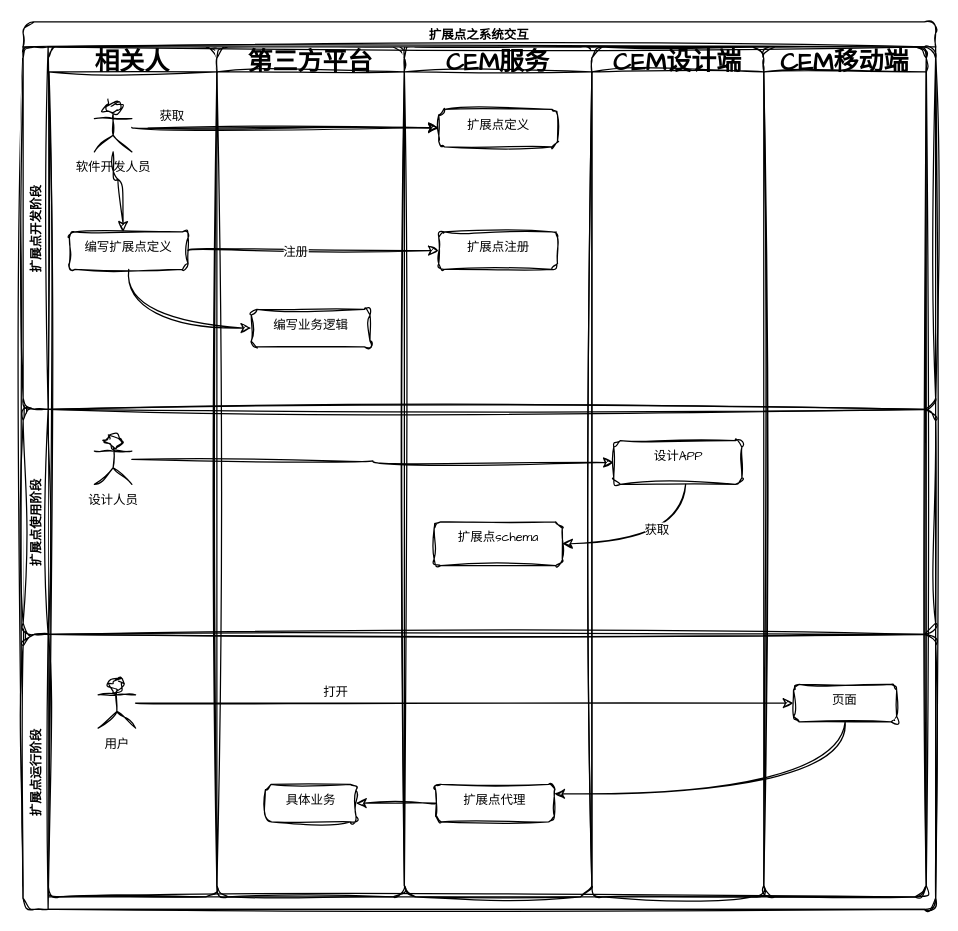
Earlier version of the draw.io diagram image/扩展点系统交互图.drawio (xk11961677/other). Source tidied: cells renumbered, new cells numbered last; positions are measured from the earlier drawing's top-left corner, leaving out a move shared by most shapes. Both pictures are drawn from the tidied source at 125%, with x=0, y=0 at pixel (22, 21).
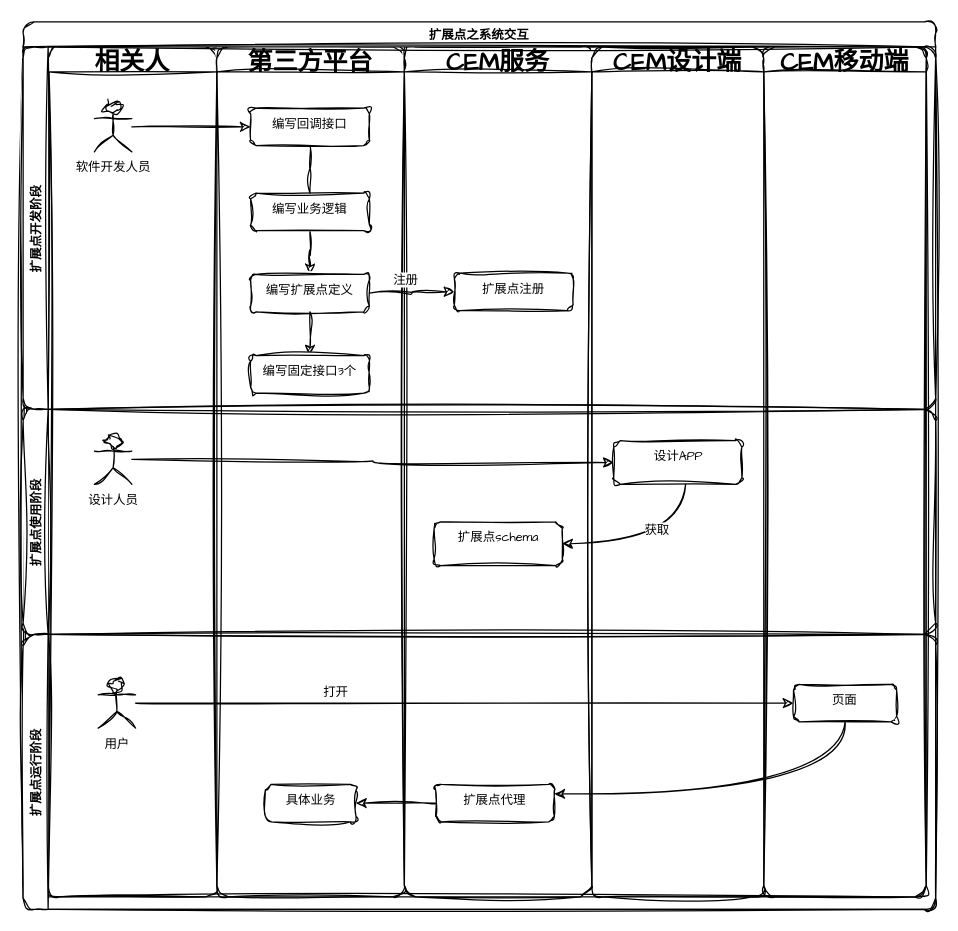
Above is the later version.

Commit message:
更新扩展点系统交互图.drawio

Unchanged cells that the change refers to:
```xml
<mxCell id="2" value="Pool" style="swimlane;startSize=20;horizontal=0;rounded=1;sketch=1;hachureGap=4;jiggle=2;fontFamily=Architects Daughter;fontSize=20;gradientColor=none;" parent="1" vertex="1">
  <mxGeometry y="20" width="722.5" height="680" as="geometry" />
</mxCell>
<mxCell id="3" value="相关人" style="swimlane;startSize=20;rounded=1;sketch=1;hachureGap=4;jiggle=2;fontFamily=Architects Daughter;fontSize=20;" parent="2" vertex="1">
  <mxGeometry x="20" width="135" height="680" as="geometry" />
</mxCell>
<mxCell id="4" value="&lt;div style=&quot;&quot;&gt;&lt;span style=&quot;background-color: initial;&quot;&gt;软件开发人员&lt;/span&gt;&lt;/div&gt;" style="shape=umlActor;verticalLabelPosition=bottom;verticalAlign=top;html=1;rounded=1;sketch=1;hachureGap=4;jiggle=2;fontFamily=Architects Daughter;fontSize=10;gradientColor=none;align=center;" parent="3" vertex="1">
  <mxGeometry x="37" y="44" width="30" height="40" as="geometry" />
</mxCell>
<mxCell id="9" value="第三方平台" style="swimlane;startSize=20;rounded=1;sketch=1;hachureGap=4;jiggle=2;fontFamily=Architects Daughter;fontSize=20;" parent="2" vertex="1">
  <mxGeometry x="155" width="150" height="680" as="geometry" />
</mxCell>
<mxCell id="13" value="CEM服务" style="swimlane;startSize=20;rounded=1;sketch=1;hachureGap=4;jiggle=2;fontFamily=Architects Daughter;fontSize=20;" parent="2" vertex="1">
  <mxGeometry x="305" width="150" height="680" as="geometry" />
</mxCell>
<mxCell id="29" style="edgeStyle=orthogonalEdgeStyle;curved=1;rounded=1;sketch=1;hachureGap=4;jiggle=2;jettySize=auto;html=1;fontFamily=Architects Daughter;fontSize=10;fontColor=none;" parent="2" edge="1" source="8" target="21">
  <mxGeometry relative="1" as="geometry" />
</mxCell>
<mxCell id="33" style="edgeStyle=orthogonalEdgeStyle;curved=1;rounded=1;sketch=1;hachureGap=4;jiggle=2;jettySize=auto;html=1;fontFamily=Architects Daughter;fontSize=10;fontColor=none;entryX=1;entryY=0.5;entryDx=0;entryDy=0;" parent="2" edge="1" source="19" target="17">
  <mxGeometry relative="1" as="geometry">
    <Array as="points">
      <mxPoint x="530" y="398" />
    </Array>
  </mxGeometry>
</mxCell>
<mxCell id="36" value="扩展点开发阶段" style="swimlane;startSize=20;horizontal=0;rounded=1;sketch=1;hachureGap=4;jiggle=2;fontFamily=Architects Daughter;fontSize=10;fontColor=none;gradientColor=none;" parent="35" vertex="1">
  <mxGeometry y="20" width="730" height="290" as="geometry" />
</mxCell>
```

Diff of the diagram source:
```diff
@@
-    <mxCell id="5" value="编写扩展点定义" style="whiteSpace=wrap;html=1;fontSize=10;fontFamily=Architects Daughter;verticalAlign=top;strokeWidth=1;rounded=1;sketch=1;hachureGap=4;jiggle=2;gradientColor=none;" parent="3" vertex="1">
-      <mxGeometry x="17" y="148" width="95" height="30" as="geometry" />
-    </mxCell>
@@
-    <mxCell id="7" style="edgeStyle=orthogonalEdgeStyle;curved=1;rounded=1;sketch=1;hachureGap=4;jiggle=2;jettySize=auto;html=1;fontFamily=Architects Daughter;fontSize=10;" parent="3" edge="1" source="4" target="5">
-      <mxGeometry relative="1" as="geometry">
-        <Array as="points">
-          <mxPoint x="52" y="106" />
-          <mxPoint x="60" y="106" />
-        </Array>
-      </mxGeometry>
-    </mxCell>
@@
-    <mxCell id="11" value="编写业务逻辑" style="whiteSpace=wrap;html=1;fontSize=10;fontFamily=Architects Daughter;verticalAlign=top;strokeWidth=1;rounded=1;sketch=1;hachureGap=4;jiggle=2;gradientColor=none;" parent="9" vertex="1">
-      <mxGeometry x="27.5" y="210" width="95" height="30" as="geometry" />
-    </mxCell>
@@
-    <mxCell id="14" value="扩展点定义" style="whiteSpace=wrap;html=1;fontSize=10;fontFamily=Architects Daughter;verticalAlign=top;strokeWidth=1;rounded=1;sketch=1;hachureGap=4;jiggle=2;gradientColor=none;" parent="13" vertex="1">
-      <mxGeometry x="27.5" y="50" width="95" height="30" as="geometry" />
-    </mxCell>
-    <mxCell id="15" value="扩展点注册" style="whiteSpace=wrap;html=1;fontSize=10;fontFamily=Architects Daughter;verticalAlign=top;strokeWidth=1;rounded=1;sketch=1;hachureGap=4;jiggle=2;gradientColor=none;" parent="13" vertex="1">
-      <mxGeometry x="27.5" y="148" width="95" height="30" as="geometry" />
-    </mxCell>
@@
-    <mxCell id="22" style="edgeStyle=orthogonalEdgeStyle;curved=1;rounded=1;sketch=1;hachureGap=4;jiggle=2;jettySize=auto;html=1;fontFamily=Architects Daughter;fontSize=10;" parent="2" edge="1" target="14">
-      <mxGeometry relative="1" as="geometry">
-        <mxPoint x="87" y="64.5" as="sourcePoint" />
-      </mxGeometry>
-    </mxCell>
-    <mxCell id="23" style="edgeStyle=orthogonalEdgeStyle;curved=1;rounded=1;sketch=1;hachureGap=4;jiggle=2;jettySize=auto;html=1;fontFamily=Architects Daughter;fontSize=10;" parent="2" edge="1" target="14">
-      <mxGeometry relative="1" as="geometry">
-        <mxPoint x="100" y="65" as="sourcePoint" />
-      </mxGeometry>
-    </mxCell>
-    <mxCell id="24" value="获取" style="edgeLabel;html=1;align=center;verticalAlign=middle;fontSize=10;fontFamily=Architects Daughter;" parent="23" vertex="1">
-      <mxGeometry x="-0.43" y="-1" relative="1" as="geometry">
-        <mxPoint x="-47" y="-12" as="offset" />
-      </mxGeometry>
-    </mxCell>
-    <mxCell id="25" style="edgeStyle=orthogonalEdgeStyle;curved=1;rounded=1;sketch=1;hachureGap=4;jiggle=2;jettySize=auto;html=1;fontFamily=Architects Daughter;fontSize=10;" parent="2" edge="1" source="5" target="15">
-      <mxGeometry relative="1" as="geometry" />
-    </mxCell>
-    <mxCell id="26" value="注册" style="edgeLabel;html=1;align=center;verticalAlign=middle;fontSize=10;fontFamily=Architects Daughter;" parent="25" vertex="1">
-      <mxGeometry x="0.29" y="-1" relative="1" as="geometry">
-        <mxPoint x="-44" y="-1" as="offset" />
-      </mxGeometry>
-    </mxCell>
@@
-    <mxCell id="28" style="edgeStyle=orthogonalEdgeStyle;curved=1;rounded=1;sketch=1;hachureGap=4;jiggle=2;jettySize=auto;html=1;exitX=0.5;exitY=1;exitDx=0;exitDy=0;fontFamily=Architects Daughter;fontSize=10;entryX=0;entryY=0.5;entryDx=0;entryDy=0;" parent="2" edge="1" source="5" target="11">
-      <mxGeometry relative="1" as="geometry">
-        <Array as="points">
-          <mxPoint x="85" y="225" />
-        </Array>
-      </mxGeometry>
-    </mxCell>
@@
-    <mxCell id="30" value="打开" style="edgeLabel;html=1;align=center;verticalAlign=middle;fontSize=10;fontFamily=Architects Daughter;fontColor=none;" parent="29" vertex="1">
+    <mxCell id="30" value="打开" style="edgeLabel;html=1;align=center;verticalAlign=middle;fontSize=10;fontFamily=Architects Daughter;fontColor=none;sketch=1;" parent="29" vertex="1">
       <mxGeometry x="-0.27" y="3" relative="1" as="geometry">
         <mxPoint x="-33" y="-7" as="offset" />
       </mxGeometry>
     </mxCell>
@@
-    <mxCell id="34" value="获取" style="edgeLabel;html=1;align=center;verticalAlign=middle;fontSize=10;fontFamily=Architects Daughter;fontColor=none;" parent="33" vertex="1">
+    <mxCell id="34" value="获取" style="edgeLabel;html=1;align=center;verticalAlign=middle;fontSize=10;fontFamily=Architects Daughter;fontColor=none;sketch=1;" parent="33" vertex="1">
       <mxGeometry x="-0.01" y="-12" relative="1" as="geometry">
         <mxPoint x="1" as="offset" />
       </mxGeometry>
     </mxCell>
@@
+    <mxCell id="39" style="edgeStyle=orthogonalEdgeStyle;rounded=0;sketch=1;hachureGap=4;jiggle=2;jettySize=auto;html=1;fontFamily=Architects Daughter;fontSize=16;startArrow=none;" parent="36" edge="1" source="11" target="5">
+      <mxGeometry relative="1" as="geometry" />
+    </mxCell>
+    <mxCell id="40" value="编写回调接口" style="whiteSpace=wrap;html=1;fontSize=10;fontFamily=Architects Daughter;verticalAlign=top;strokeWidth=1;rounded=1;sketch=1;hachureGap=4;jiggle=2;gradientColor=none;" parent="36" vertex="1">
+      <mxGeometry x="182" y="49" width="95" height="30" as="geometry" />
+    </mxCell>
+    <mxCell id="41" style="edgeStyle=orthogonalEdgeStyle;rounded=0;sketch=1;hachureGap=4;jiggle=2;jettySize=auto;html=1;exitX=0.5;exitY=1;exitDx=0;exitDy=0;entryX=0.5;entryY=0;entryDx=0;entryDy=0;fontFamily=Architects Daughter;fontSize=16;" parent="36" edge="1" source="5" target="43">
+      <mxGeometry relative="1" as="geometry" />
+    </mxCell>
+    <mxCell id="5" value="编写扩展点定义" style="whiteSpace=wrap;html=1;fontSize=10;fontFamily=Architects Daughter;verticalAlign=top;strokeWidth=1;rounded=1;sketch=1;hachureGap=4;jiggle=2;gradientColor=none;" parent="36" vertex="1">
+      <mxGeometry x="182" y="182" width="95" height="30" as="geometry" />
+    </mxCell>
+    <mxCell id="11" value="编写业务逻辑" style="whiteSpace=wrap;html=1;fontSize=10;fontFamily=Architects Daughter;verticalAlign=top;strokeWidth=1;rounded=1;sketch=1;hachureGap=4;jiggle=2;gradientColor=none;" parent="36" vertex="1">
+      <mxGeometry x="182" y="117" width="95" height="30" as="geometry" />
+    </mxCell>
+    <mxCell id="42" style="edgeStyle=orthogonalEdgeStyle;rounded=0;sketch=1;hachureGap=4;jiggle=2;jettySize=auto;html=1;fontFamily=Architects Daughter;fontSize=16;endArrow=none;" parent="36" edge="1" source="40" target="11">
+      <mxGeometry relative="1" as="geometry" />
+    </mxCell>
+    <mxCell id="15" value="扩展点注册" style="whiteSpace=wrap;html=1;fontSize=10;fontFamily=Architects Daughter;verticalAlign=top;strokeWidth=1;rounded=1;sketch=1;hachureGap=4;jiggle=2;gradientColor=none;" parent="36" vertex="1">
+      <mxGeometry x="345" y="181" width="95" height="30" as="geometry" />
+    </mxCell>
+    <mxCell id="25" style="edgeStyle=orthogonalEdgeStyle;curved=1;rounded=1;sketch=1;hachureGap=4;jiggle=2;jettySize=auto;html=1;fontFamily=Architects Daughter;fontSize=10;exitX=1;exitY=0.5;exitDx=0;exitDy=0;" parent="36" edge="1" source="5" target="15">
+      <mxGeometry relative="1" as="geometry" />
+    </mxCell>
+    <mxCell id="26" value="注册" style="edgeLabel;html=1;align=center;verticalAlign=middle;fontSize=10;fontFamily=Architects Daughter;sketch=1;" parent="25" vertex="1">
+      <mxGeometry x="0.29" y="-1" relative="1" as="geometry">
+        <mxPoint x="-16" y="-12" as="offset" />
+      </mxGeometry>
+    </mxCell>
+    <mxCell id="43" value="编写固定接口3个" style="whiteSpace=wrap;html=1;fontSize=10;fontFamily=Architects Daughter;verticalAlign=top;strokeWidth=1;rounded=1;sketch=1;hachureGap=4;jiggle=2;gradientColor=none;" parent="36" vertex="1">
+      <mxGeometry x="182" y="247" width="95" height="30" as="geometry" />
+    </mxCell>
@@
+    <mxCell id="44" style="edgeStyle=orthogonalEdgeStyle;rounded=0;jettySize=auto;html=1;sketch=1;" parent="1" edge="1" source="4" target="40">
+      <mxGeometry relative="1" as="geometry" />
+    </mxCell>
```
